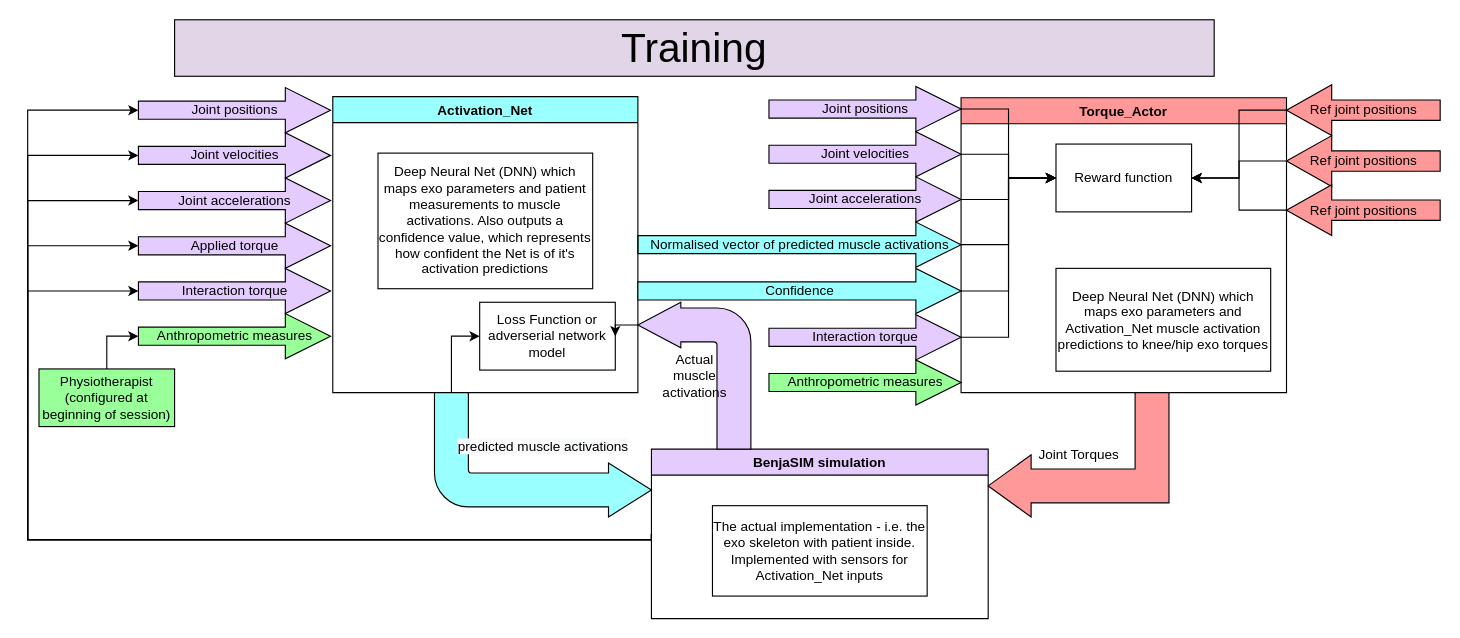
Above: Exo_Net_train.drawio in LeoCain/MASS_EXO (draw.io), before the change. Source tidied: cells renumbered, new cells numbered last; positions are measured from the earlier drawing's top-left corner, leaving out a move shared by most shapes. Both pictures are drawn from the tidied source at 113%, with x=0, y=0 at pixel (27, 19).
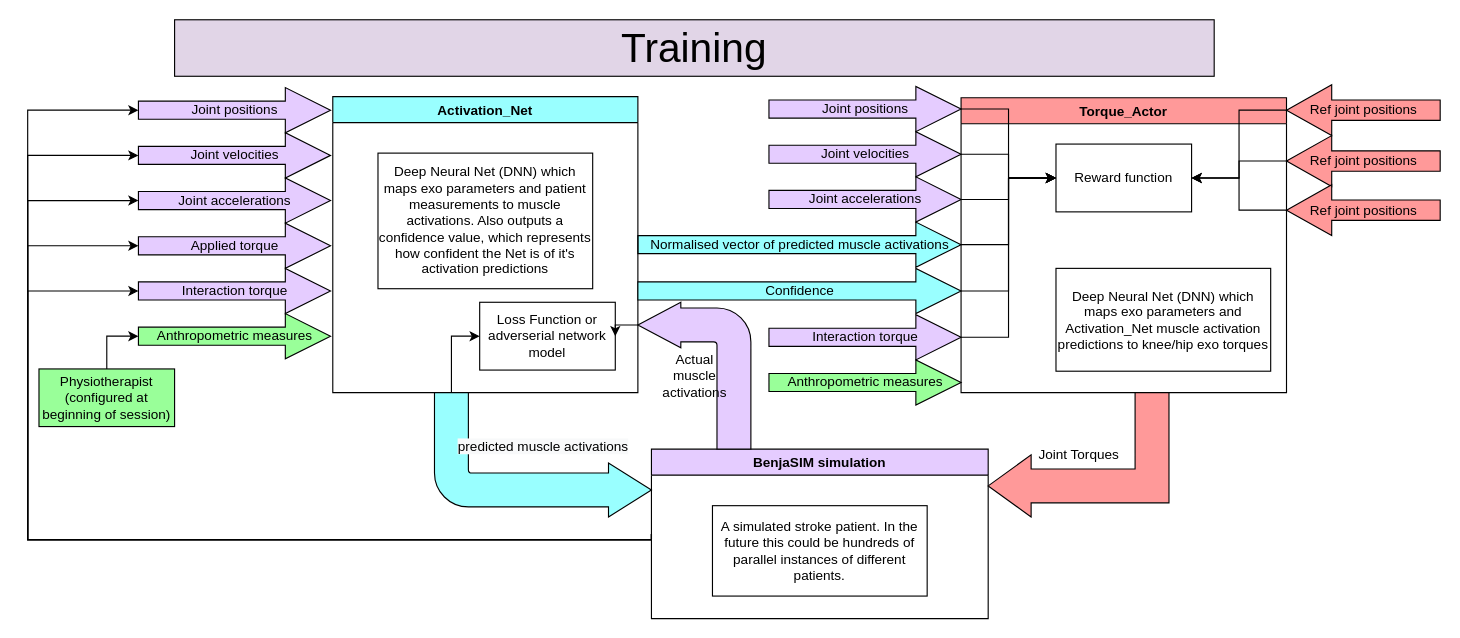
After the change.

Commit message:
update simulation description

The change refers to these unchanged cells:
```xml
<mxCell id="7" value="BenjaSIM simulation" style="swimlane;startSize=23;fillColor=#E5CCFF;" parent="1" vertex="1">
  <mxGeometry x="552" y="380" width="298" height="150" as="geometry" />
</mxCell>
```

What changed in the source:
```diff
@@
-    <mxCell id="8" value="The actual implementation - i.e. the exo skeleton with patient inside. Implemented with sensors for Activation_Net inputs" style="rounded=0;whiteSpace=wrap;html=1;" parent="7" vertex="1">
+    <mxCell id="8" value="A simulated stroke patient. In the future this could be hundreds of parallel instances of different patients." style="rounded=0;whiteSpace=wrap;html=1;" parent="7" vertex="1">
       <mxGeometry x="54" y="50" width="190" height="80" as="geometry" />
     </mxCell>
```
